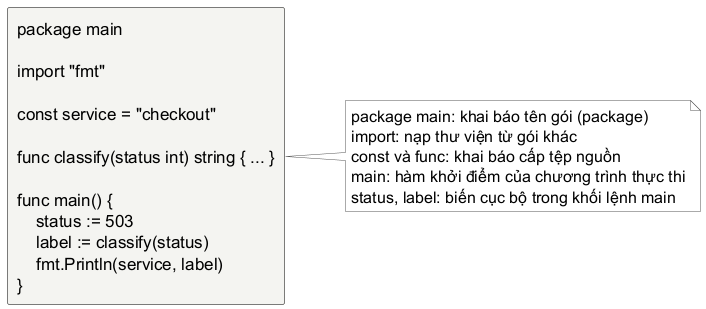
This is assets/diagrams/go-source-anatomy.png from Minhlike/Golang, a PlantUML export, as it was before one commit.
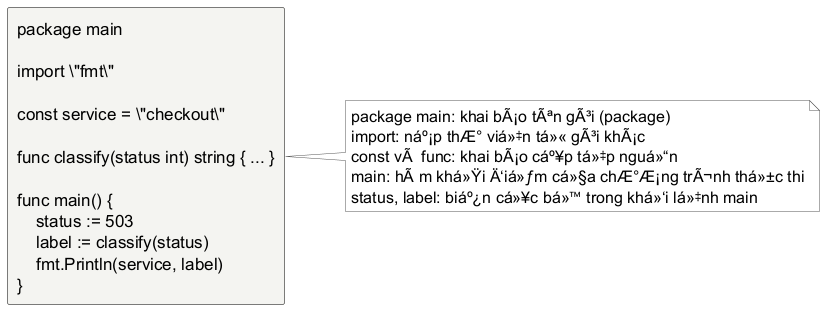
Later version of the same file.

What changed in the source:
```diff
@@ -1,6 +1,11 @@
 @startuml
 skinparam backgroundColor white
 skinparam shadowing false
+skinparam note {
+  BackgroundColor #F5F5F2
+  BorderColor #777777
+  FontColor #000000
+}
 skinparam defaultFontName "JetBrains Mono"
 skinparam defaultFontSize 17
 skinparam defaultFontColor #000000
@@ -20,26 +25,12 @@
 skinparam arrowColor #000000
 left to right direction
 
-rectangle source [
-package main
-
-import "fmt"
-
-const service = "checkout"
-
-func classify(status int) string { ... }
-
-func main() {
-    status := 503
-    label := classify(status)
-    fmt.Println(service, label)
-}
-]
+rectangle "package main\n\nimport \"fmt\"\n\nconst service = \"checkout\"\n\nfunc classify(status int) string { ... }\n\nfunc main() {\n    status := 503\n    label := classify(status)\n    fmt.Println(service, label)\n}" as source
 note right of source
-  package main: khai báo tên gói (package)
-  import: nạp thư viện từ gói khác
-  const và func: khai báo cấp tệp nguồn
-  main: hàm khởi điểm của chương trình thực thi
-  status, label: biến cục bộ trong khối lệnh main
+  package main: khai bÃ¡o tÃªn gÃ³i (package)
+  import: náº¡p thÆ° viá»‡n tá»« gÃ³i khÃ¡c
+  const vÃ  func: khai bÃ¡o cáº¥p tá»‡p nguá»“n
+  main: hÃ m khá»Ÿi Ä‘iá»ƒm cá»§a chÆ°Æ¡ng trÃ¬nh thá»±c thi
+  status, label: biáº¿n cá»¥c bá»™ trong khá»‘i lá»‡nh main
 end note
 @enduml
```
